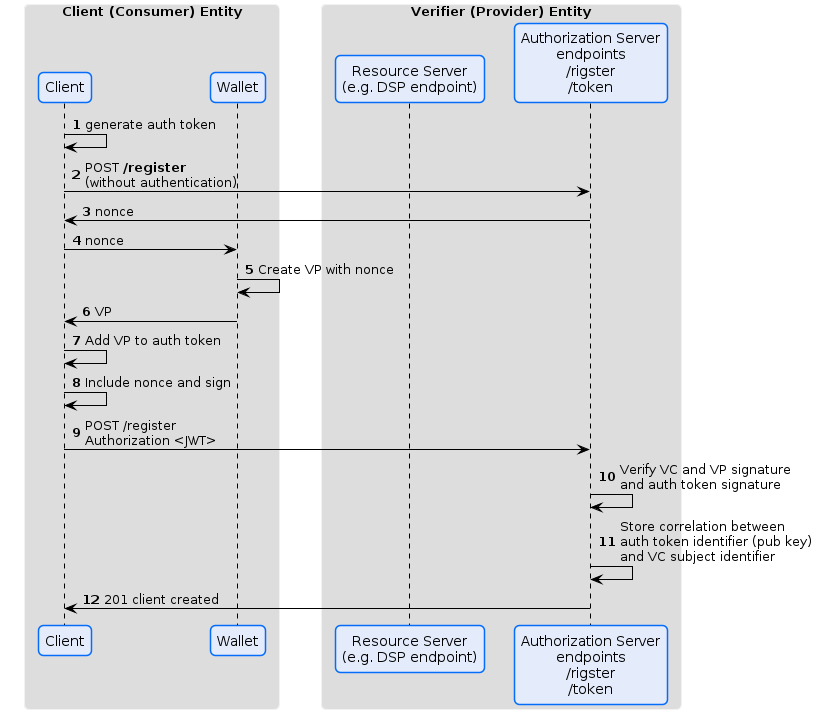
The PlantUML diagram specifications/M1/auth.flow_with_registration.png in matgnt/identity-trust, before a commit. Its diagram source:
```plantuml
@startuml
!pragma layout smetana




skinparam sequence {
ArrowColor Black
LifeLineBorderColor 000000
LifeLineBackgroundColor #A9DCDF
}

skinparam roundCorner 10

skinparam ArrowColor #000000
skinparam ArrowHeadColor #000000
skinparam LifeLineBackgroundColor #747C94


skinparam CloudBackgroundColor #F4F5F9
skinparam CloudBorderColor  #98A3AB
skinparam CloudFontColor  Black

skinparam ArtifactBackgroundColor #F4F5F9
skinparam ArtifactBorderColor #98A3AB

skinparam ComponentBackgroundColor #E4EBFA
skinparam ComponentBorderColor #066DFA
skinparam ComponentFontColor Black

skinparam DatabaseBackgroundColor #CFFBDE
skinparam DatabaseBorderColor #24DCC1
skinparam DatabaseFontColor Black

skinparam ParticipantBorderColor #066DFA
skinparam ParticipantBackgroundColor #E4EBFA
skinparam SequenceGroupBorderColor #DADADA
skinparam SequenceGroupHeaderFontColor #000000
skinparam BoxPadding 20
skinparam ParticipantPadding 10

skinparam AgentBackgroundColor White
skinparam AgentBackgroundColor #E4EBFA
skinparam AgentBorderColor #066DFA
skinparam noteBorderColor FEF3BF
skinparam SequenceBoxBorderColor F2F2F2
skinparam shadowing false
skinparam AgentBorderThickness 1

skinparam NoteBackgroundColor FEFFDD

skinparam FrameBackgroundColor #F4F5F9
skinparam FrameBorderColor #F4F5F9
skinparam FrameFontColor #747C94

skinparam ActivityBackgroundColor #E4EBFA

skinparam StateBackgroundColor #E4EBFA
skinparam StateBorderColor #066DFA
skinparam StateStartColor #066DFA
skinparam StateEndColor #066DFA
skinparam StateFontSize 12

skinparam ActivityBackgroundColor #E4EBFA
skinparam ActivityBorderColor #066DFA
skinparam ActivityEndColor #066DFA
skinparam ActivityStartColor #066DFA
skinparam ActivityDiamondBackgroundColor #F4F5F9
skinparam ActivityDiamondBorderColor #066DFA

skinparam PartitionBackgroundColor #F4F5F9
skinparam PartitionBorderColor #747C94
skinparam PartitionFontColor #747C94

skinparam ClassAttributeFontColor Black
skinparam ClassBorderColor #066DFA
skinparam ClassBackgroundColor #E4EBFA

autonumber

box "Client (Consumer) Entity"
participant "Client" as C
participant "Wallet" as W
end box

box "Verifier (Provider) Entity"
participant "Resource Server\n(e.g. DSP endpoint)" as RS
participant "Authorization Server\nendpoints\n/rigster\n/token" as AS
end box

C -> C: generate auth token

C -> AS: POST <b>/register</b>\n(without authentication)
AS -> C: nonce

C -> W: nonce
W -> W: Create VP with nonce
W -> C: VP

C -> C: Add VP to auth token
C -> C: Include nonce and sign

C -> AS: POST /register\nAuthorization <JWT>
AS -> AS: Verify VC and VP signature\nand auth token signature
AS -> AS: Store correlation between\nauth token identifier (pub key)\nand VC subject identifier
AS -> C: 201 client created



@enduml
```
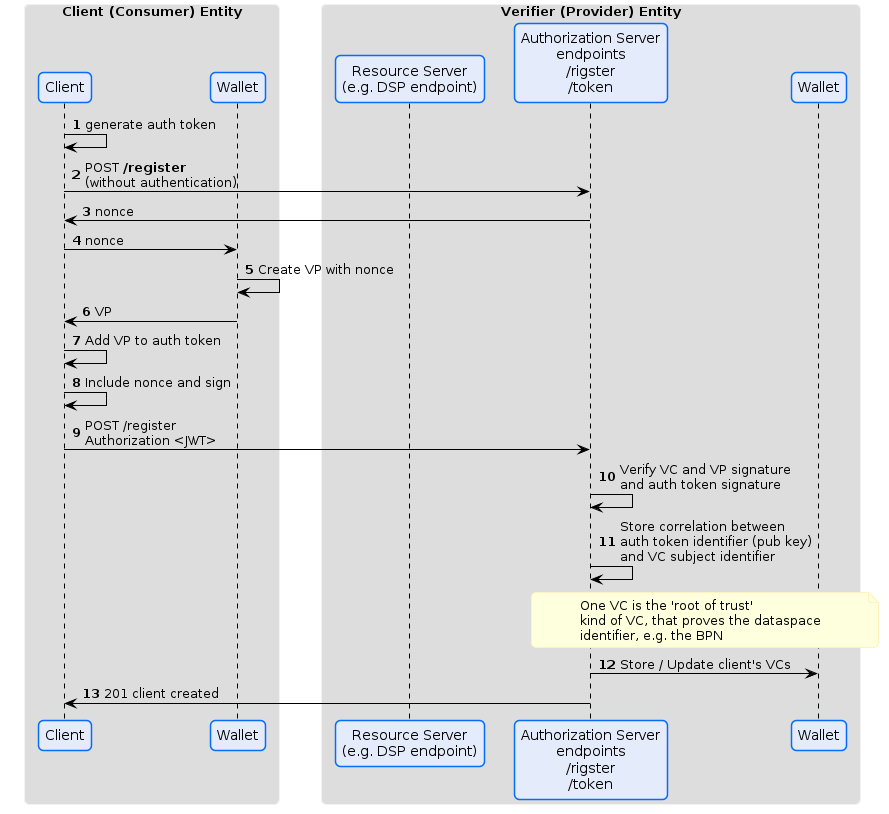
Above is the later version.

Change to the diagram source:
```diff
@@ -86,6 +86,7 @@
 box "Verifier (Provider) Entity"
 participant "Resource Server\n(e.g. DSP endpoint)" as RS
 participant "Authorization Server\nendpoints\n/rigster\n/token" as AS
+participant "Wallet" as PW
 end box
 
 C -> C: generate auth token
@@ -103,6 +104,12 @@
 C -> AS: POST /register\nAuthorization <JWT>
 AS -> AS: Verify VC and VP signature\nand auth token signature
 AS -> AS: Store correlation between\nauth token identifier (pub key)\nand VC subject identifier
+note over AS, PW
+One VC is the 'root of trust'
+kind of VC, that proves the dataspace
+identifier, e.g. the BPN
+end note
+AS -> PW: Store / Update client's VCs
 AS -> C: 201 client created
 
 
```
